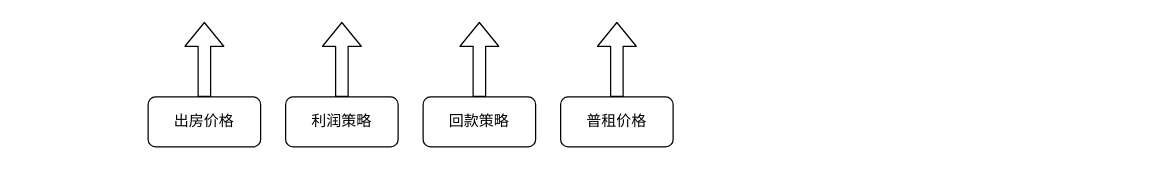
Before: Untitled Diagram.drawio in zhuyeqing/tutorials, a draw.io diagram. Source tidied: cells renumbered, new cells numbered last; positions are measured from the earlier drawing's top-left corner, leaving out a move shared by most shapes. Both pictures are drawn from the tidied source at 125%, with x=0, y=0 at pixel (148, 21).
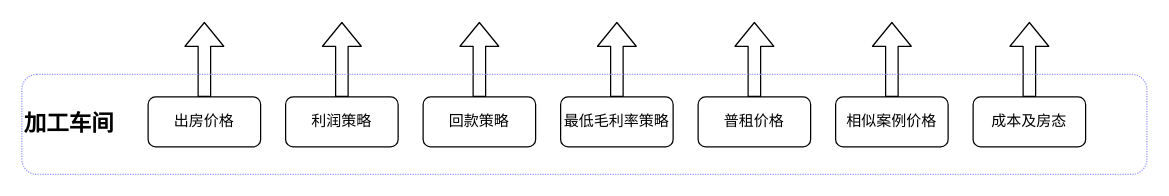
The same diagram, later.

Change to the diagram source:
```diff
@@
-    <mxCell id="5" value="普租价格" style="rounded=1;whiteSpace=wrap;html=1;" parent="1" vertex="1">
+    <mxCell id="5" value="最低毛利率策略" style="rounded=1;whiteSpace=wrap;html=1;" parent="1" vertex="1">
       <mxGeometry x="330" y="60" width="90" height="40" as="geometry" />
     </mxCell>
@@
+    <mxCell id="10" value="普租价格" style="rounded=1;whiteSpace=wrap;html=1;" parent="1" vertex="1">
+      <mxGeometry x="440" y="60" width="90" height="40" as="geometry" />
+    </mxCell>
+    <mxCell id="11" style="shape=flexArrow;endArrow=classic;html=1;" parent="1" edge="1">
+      <mxGeometry relative="1" as="geometry">
+        <mxPoint x="485" y="60" as="sourcePoint" />
+        <mxPoint x="485" as="targetPoint" />
+      </mxGeometry>
+    </mxCell>
+    <mxCell id="12" value="相似案例价格" style="rounded=1;whiteSpace=wrap;html=1;" parent="1" vertex="1">
+      <mxGeometry x="550" y="60" width="90" height="40" as="geometry" />
+    </mxCell>
+    <mxCell id="13" style="shape=flexArrow;endArrow=classic;html=1;" parent="1" edge="1">
+      <mxGeometry relative="1" as="geometry">
+        <mxPoint x="595" y="60" as="sourcePoint" />
+        <mxPoint x="595" as="targetPoint" />
+      </mxGeometry>
+    </mxCell>
+    <mxCell id="14" value="成本及房态" style="rounded=1;whiteSpace=wrap;html=1;" parent="1" vertex="1">
+      <mxGeometry x="660" y="60" width="90" height="40" as="geometry" />
+    </mxCell>
+    <mxCell id="15" style="shape=flexArrow;endArrow=classic;html=1;" parent="1" edge="1">
+      <mxGeometry relative="1" as="geometry">
+        <mxPoint x="705" y="60" as="sourcePoint" />
+        <mxPoint x="705" as="targetPoint" />
+      </mxGeometry>
+    </mxCell>
+    <mxCell id="16" value="&lt;h2&gt;&lt;span&gt;加工车间&lt;/span&gt;&lt;/h2&gt;" style="rounded=1;whiteSpace=wrap;html=1;dashed=1;dashPattern=1 1;strokeWidth=1;strokeColor=#9999FF;fillColor=none;align=left;" parent="1" vertex="1">
+      <mxGeometry x="-101" y="42" width="900" height="80" as="geometry" />
+    </mxCell>
```
